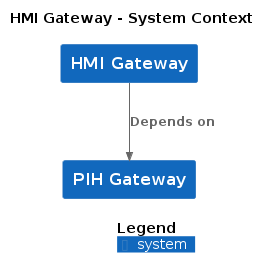
Before: docs/c4/hmi_gateway/images/structurizr-hmi_gateway-context.png, a diagram exported from PlantUML (hmcts/cnp-api-docs). Its diagram source:
```plantuml
@startuml
title HMI Gateway - System Context

top to bottom direction

!include https://raw.githubusercontent.com/plantuml-stdlib/C4-PlantUML/master/C4.puml
!include https://raw.githubusercontent.com/plantuml-stdlib/C4-PlantUML/master/C4_Context.puml

System(HMIGateway, "HMI Gateway", "", $tags="")
System(PIHGateway, "PIH Gateway", "", $tags="")

Rel_D(HMIGateway, PIHGateway, "Depends on", $tags="")

SHOW_DYNAMIC_LEGEND()
@enduml
```
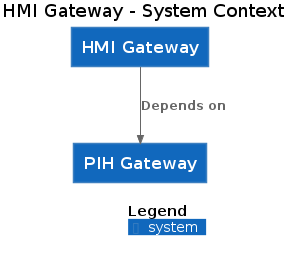
After the commit.

Change to the diagram source:
```diff
@@ -3,13 +3,13 @@
 
 top to bottom direction
 
-!include https://raw.githubusercontent.com/plantuml-stdlib/C4-PlantUML/master/C4.puml
-!include https://raw.githubusercontent.com/plantuml-stdlib/C4-PlantUML/master/C4_Context.puml
+!includeurl https://raw.githubusercontent.com/plantuml-stdlib/C4-PlantUML/master/C4.puml
+!includeurl https://raw.githubusercontent.com/plantuml-stdlib/C4-PlantUML/master/C4_Context.puml
 
-System(HMIGateway, "HMI Gateway", "", $tags="")
-System(PIHGateway, "PIH Gateway", "", $tags="")
+System(HMIGateway, "HMI Gateway", "")
+System(PIHGateway, "PIH Gateway", "")
 
-Rel_D(HMIGateway, PIHGateway, "Depends on", $tags="")
+Rel_D(HMIGateway, PIHGateway, "Depends on")
 
 SHOW_DYNAMIC_LEGEND()
 @enduml
```
